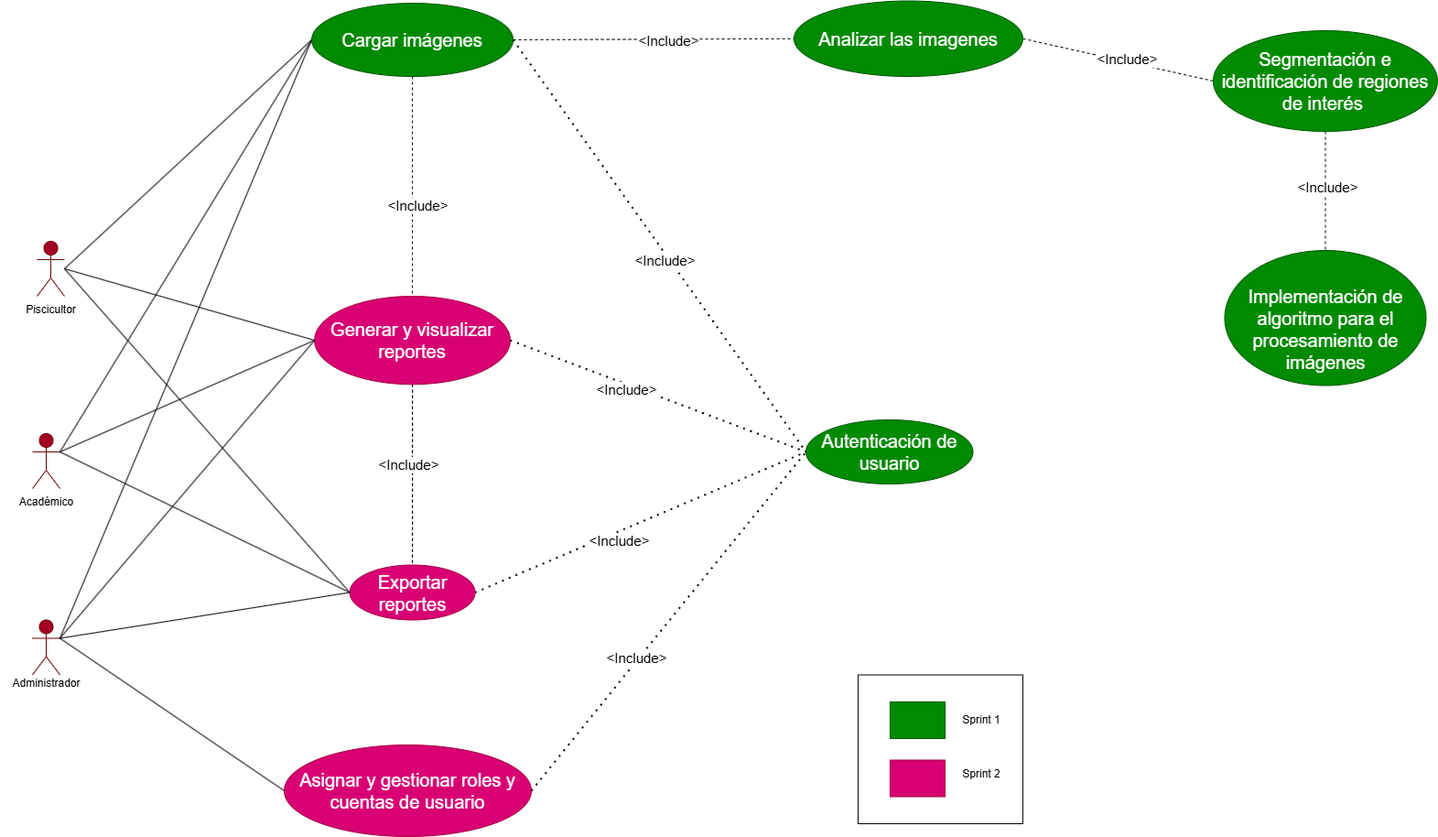
DAMT777/Analisis-de-imagenes keeps this draw.io diagram as Artefactos/Anexos/Diseño/diagrama_casos_de_uso.png. Above is the earlier version. Source tidied: cells renumbered, new cells last; positions are measured from the earlier drawing's top-left corner, leaving out a move shared by most shapes. The source it was exported from:
```xml
<mxGraphModel>
  <root>
    <mxCell id="0" />
    <mxCell id="1" parent="0" />
    <mxCell id="2" style="rounded=0;jettySize=auto;html=1;entryX=0;entryY=0.5;entryDx=0;entryDy=0;endArrow=none;startFill=0;" parent="1" edge="1" target="15">
      <mxGeometry relative="1" as="geometry">
        <mxPoint x="70" y="292" as="sourcePoint" />
      </mxGeometry>
    </mxCell>
    <mxCell id="3" style="rounded=0;jettySize=auto;html=1;endArrow=none;startFill=0;entryX=0;entryY=0.5;entryDx=0;entryDy=0;" parent="1" edge="1" target="13">
      <mxGeometry relative="1" as="geometry">
        <mxPoint x="70" y="292" as="sourcePoint" />
      </mxGeometry>
    </mxCell>
    <mxCell id="4" style="rounded=0;jettySize=auto;html=1;entryX=0;entryY=0.5;entryDx=0;entryDy=0;endArrow=none;startFill=0;" parent="1" edge="1" target="28">
      <mxGeometry relative="1" as="geometry">
        <mxPoint x="70" y="292" as="sourcePoint" />
      </mxGeometry>
    </mxCell>
    <mxCell id="5" value="&lt;font style=&quot;font-size: 15px;&quot;&gt;Piscicultor&lt;/font&gt;&lt;div&gt;&lt;br&gt;&lt;/div&gt;&lt;div&gt;&lt;br&gt;&lt;/div&gt;" style="shape=umlActor;verticalLabelPosition=bottom;verticalAlign=top;html=1;fillColor=#a20025;fontColor=#ffffff;strokeColor=#6F0000;" parent="1" vertex="1">
      <mxGeometry x="40" y="262" width="30" height="60" as="geometry" />
    </mxCell>
    <mxCell id="6" value="Inve" style="shape=umlActor;verticalLabelPosition=bottom;verticalAlign=top;html=1;outlineConnect=0;fillColor=#a20025;fontColor=#ffffff;strokeColor=#6F0000;" parent="1" vertex="1">
      <mxGeometry x="35" y="472" width="30" height="60" as="geometry" />
    </mxCell>
    <mxCell id="7" value="&lt;font style=&quot;font-size: 15px;&quot;&gt;Administrador&lt;/font&gt;" style="shape=umlActor;verticalLabelPosition=bottom;verticalAlign=top;html=1;outlineConnect=0;fillColor=#a20025;fontColor=#ffffff;strokeColor=#6F0000;" parent="1" vertex="1">
      <mxGeometry x="35" y="675.5" width="30" height="60" as="geometry" />
    </mxCell>
    <mxCell id="8" value="&lt;span style=&quot;font-size: 20px;&quot;&gt;Autenticación de usuario&lt;/span&gt;" style="ellipse;whiteSpace=wrap;html=1;fillColor=#008a00;fontColor=#ffffff;strokeColor=#005700;" parent="1" vertex="1">
      <mxGeometry x="880" y="457" width="182.5" height="70" as="geometry" />
    </mxCell>
    <mxCell id="9" style="rounded=0;jettySize=auto;html=1;exitX=0.5;exitY=1;exitDx=0;exitDy=0;entryX=0.5;entryY=0;entryDx=0;entryDy=0;dashed=1;endArrow=none;startFill=0;" parent="1" edge="1" source="10" target="29">
      <mxGeometry relative="1" as="geometry" />
    </mxCell>
    <mxCell id="10" value="&lt;font style=&quot;font-size: 20px;&quot;&gt;Segmentación e identificación de regiones de interés&amp;nbsp;&lt;/font&gt;" style="ellipse;whiteSpace=wrap;html=1;strokeColor=#005700;fillColor=#008a00;fontColor=#ffffff;" parent="1" vertex="1">
      <mxGeometry x="1325" y="32" width="245" height="110" as="geometry" />
    </mxCell>
    <mxCell id="11" style="edgeStyle=orthogonalEdgeStyle;rounded=0;jettySize=auto;html=1;dashed=1;endArrow=none;startFill=0;" parent="1" edge="1" source="13" target="15">
      <mxGeometry relative="1" as="geometry" />
    </mxCell>
    <mxCell id="12" style="edgeStyle=orthogonalEdgeStyle;rounded=0;jettySize=auto;html=1;dashed=1;endArrow=none;startFill=0;" parent="1" edge="1" source="13" target="15">
      <mxGeometry relative="1" as="geometry" />
    </mxCell>
    <mxCell id="13" value="&lt;font style=&quot;font-size: 20px;&quot;&gt;Generar y visualizar reportes&lt;/font&gt;" style="ellipse;whiteSpace=wrap;html=1;fillColor=#d80073;fontColor=#ffffff;strokeColor=#A50040;" parent="1" vertex="1">
      <mxGeometry x="343.2" y="322" width="213.8" height="96.2" as="geometry" />
    </mxCell>
    <mxCell id="14" value="&lt;font style=&quot;font-size: 20px;&quot;&gt;Asignar y&lt;span style=&quot;background-color: transparent;&quot;&gt;&amp;nbsp;gestionar roles y cuentas de usuario&lt;/span&gt;&lt;/font&gt;" style="ellipse;whiteSpace=wrap;html=1;fillColor=#d80073;fontColor=#ffffff;strokeColor=#A50040;" parent="1" vertex="1">
      <mxGeometry x="310" y="812" width="270" height="100" as="geometry" />
    </mxCell>
    <mxCell id="15" value="&lt;font style=&quot;font-size: 20px;&quot;&gt;Exportar reportes&lt;/font&gt;" style="ellipse;whiteSpace=wrap;html=1;fillColor=#d80073;fontColor=#ffffff;strokeColor=#A50040;" parent="1" vertex="1">
      <mxGeometry x="381.6" y="615.5" width="136.9" height="60" as="geometry" />
    </mxCell>
    <mxCell id="16" style="rounded=0;jettySize=auto;html=1;exitX=1;exitY=0.5;exitDx=0;exitDy=0;entryX=0;entryY=0.5;entryDx=0;entryDy=0;endArrow=none;startFill=0;dashed=1;" parent="1" edge="1" source="17" target="10">
      <mxGeometry relative="1" as="geometry" />
    </mxCell>
    <mxCell id="17" value="&lt;font style=&quot;font-size: 20px;&quot;&gt;Analizar las imagenes&lt;/font&gt;" style="ellipse;whiteSpace=wrap;html=1;fillColor=#008a00;fontColor=#ffffff;strokeColor=#005700;" parent="1" vertex="1">
      <mxGeometry x="867" y="-0.5" width="250" height="82.5" as="geometry" />
    </mxCell>
    <mxCell id="18" value="Administrador" style="text;html=1;align=center;verticalAlign=middle;strokeColor=none;fillColor=none;" parent="1" vertex="1">
      <mxGeometry y="729.5" width="100" height="30" as="geometry" />
    </mxCell>
    <mxCell id="19" value="Piscicultor" style="text;html=1;align=center;verticalAlign=middle;strokeColor=none;fillColor=none;" parent="1" vertex="1">
      <mxGeometry x="15" y="322" width="80" height="30" as="geometry" />
    </mxCell>
    <mxCell id="20" value="Académico" style="text;html=1;align=center;verticalAlign=middle;strokeColor=none;fillColor=none;" parent="1" vertex="1">
      <mxGeometry x="10" y="532" width="80" height="30" as="geometry" />
    </mxCell>
    <mxCell id="21" style="rounded=0;whiteSpace=wrap;html=1;" parent="1" vertex="1">
      <mxGeometry x="937" y="735.5" width="180" height="162.5" as="geometry" />
    </mxCell>
    <mxCell id="22" style="rounded=0;whiteSpace=wrap;html=1;fillColor=#008a00;fontColor=#ffffff;strokeColor=#005700;" parent="1" vertex="1">
      <mxGeometry x="972" y="765" width="60" height="40" as="geometry" />
    </mxCell>
    <mxCell id="23" style="rounded=0;whiteSpace=wrap;html=1;fillColor=#d80073;fontColor=#ffffff;strokeColor=#A50040;" parent="1" vertex="1">
      <mxGeometry x="972" y="828.5" width="60" height="40" as="geometry" />
    </mxCell>
    <mxCell id="24" value="Sprint 1" style="text;html=1;align=center;verticalAlign=middle;whiteSpace=wrap;rounded=0;" parent="1" vertex="1">
      <mxGeometry x="1042" y="770" width="60" height="30" as="geometry" />
    </mxCell>
    <mxCell id="25" value="Sprint 2" style="text;html=1;align=center;verticalAlign=middle;whiteSpace=wrap;rounded=0;" parent="1" vertex="1">
      <mxGeometry x="1042" y="828.5" width="60" height="30" as="geometry" />
    </mxCell>
    <mxCell id="26" style="rounded=0;jettySize=auto;html=1;exitX=1;exitY=0.5;exitDx=0;exitDy=0;entryX=0;entryY=0.5;entryDx=0;entryDy=0;endArrow=none;startFill=0;dashed=1;" parent="1" edge="1" source="28" target="17">
      <mxGeometry relative="1" as="geometry" />
    </mxCell>
    <mxCell id="27" style="edgeStyle=orthogonalEdgeStyle;rounded=0;jettySize=auto;html=1;exitX=0.5;exitY=1;exitDx=0;exitDy=0;entryX=0.5;entryY=0;entryDx=0;entryDy=0;endArrow=none;startFill=0;dashed=1;" parent="1" edge="1" source="28" target="13">
      <mxGeometry relative="1" as="geometry" />
    </mxCell>
    <mxCell id="28" value="&lt;div&gt;&lt;span style=&quot;font-size: 20px; background-color: transparent; color: light-dark(rgb(255, 255, 255), rgb(18, 18, 18));&quot;&gt;Cargar imágenes&lt;/span&gt;&lt;/div&gt;" style="ellipse;whiteSpace=wrap;html=1;fillColor=#008a00;fontColor=#ffffff;strokeColor=#005700;" parent="1" vertex="1">
      <mxGeometry x="340.1" y="2" width="220" height="80" as="geometry" />
    </mxCell>
    <mxCell id="29" value="&lt;font style=&quot;font-size: 20px;&quot;&gt;&lt;br&gt;Implementación de algoritmo para el procesamiento de imágenes&lt;br&gt;&lt;/font&gt;" style="ellipse;whiteSpace=wrap;html=1;fillColor=#008a00;fontColor=#ffffff;strokeColor=#005700;" parent="1" vertex="1">
      <mxGeometry x="1337.5" y="272" width="220" height="147.5" as="geometry" />
    </mxCell>
    <mxCell id="30" style="endArrow=none;html=1;rounded=0;entryX=0;entryY=0.5;entryDx=0;entryDy=0;exitX=1;exitY=0.3333333333333333;exitDx=0;exitDy=0;exitPerimeter=0;" parent="1" edge="1" source="7" target="14">
      <mxGeometry relative="1" as="geometry" />
    </mxCell>
    <mxCell id="31" style="endArrow=none;dashed=1;html=1;dashPattern=1 3;strokeWidth=2;rounded=0;exitX=1;exitY=0.5;exitDx=0;exitDy=0;entryX=0;entryY=0.5;entryDx=0;entryDy=0;" parent="1" edge="1" source="15" target="8">
      <mxGeometry relative="1" as="geometry" />
    </mxCell>
    <mxCell id="32" style="endArrow=none;dashed=1;html=1;dashPattern=1 3;strokeWidth=2;rounded=0;exitX=1;exitY=0.5;exitDx=0;exitDy=0;entryX=0;entryY=0.5;entryDx=0;entryDy=0;" parent="1" edge="1" source="14" target="8">
      <mxGeometry relative="1" as="geometry" />
    </mxCell>
    <mxCell id="33" style="endArrow=none;dashed=1;html=1;dashPattern=1 3;strokeWidth=2;rounded=0;exitX=1;exitY=0.5;exitDx=0;exitDy=0;" parent="1" edge="1" source="28">
      <mxGeometry relative="1" as="geometry">
        <mxPoint x="880" y="492" as="targetPoint" />
      </mxGeometry>
    </mxCell>
    <mxCell id="34" style="endArrow=none;dashed=1;html=1;dashPattern=1 3;strokeWidth=2;rounded=0;exitX=1;exitY=0.5;exitDx=0;exitDy=0;" parent="1" edge="1" source="13">
      <mxGeometry relative="1" as="geometry">
        <mxPoint x="880" y="492" as="targetPoint" />
      </mxGeometry>
    </mxCell>
    <mxCell id="35" value="&lt;font&gt;&amp;lt;Include&amp;gt;&lt;/font&gt;" style="edgeLabel;html=1;align=center;verticalAlign=middle;fontSize=15;rotation=0;" parent="1" vertex="1">
      <mxGeometry x="710" y="262" as="geometry">
        <mxPoint x="15" y="20" as="offset" />
      </mxGeometry>
    </mxCell>
    <mxCell id="36" value="&lt;font&gt;&amp;lt;Include&amp;gt;&lt;/font&gt;" style="edgeLabel;html=1;align=center;verticalAlign=middle;fontSize=15;" parent="1" vertex="1">
      <mxGeometry x="680" y="442" as="geometry">
        <mxPoint x="3" y="-19" as="offset" />
      </mxGeometry>
    </mxCell>
    <mxCell id="37" value="&lt;font&gt;&amp;lt;Include&amp;gt;&lt;/font&gt;" style="edgeLabel;html=1;align=center;verticalAlign=middle;fontSize=15;" parent="1" vertex="1">
      <mxGeometry x="710" y="645.5" as="geometry">
        <mxPoint x="-35" y="-57" as="offset" />
      </mxGeometry>
    </mxCell>
    <mxCell id="38" value="&lt;font&gt;&amp;lt;Include&amp;gt;&lt;/font&gt;" style="edgeLabel;html=1;align=center;verticalAlign=middle;fontSize=15;" parent="1" vertex="1">
      <mxGeometry x="740" y="722" as="geometry">
        <mxPoint x="-46" y="-6" as="offset" />
      </mxGeometry>
    </mxCell>
    <mxCell id="39" style="endArrow=none;html=1;rounded=0;exitX=1;exitY=0.3333333333333333;exitDx=0;exitDy=0;exitPerimeter=0;entryX=0;entryY=0.5;entryDx=0;entryDy=0;" parent="1" edge="1" source="6" target="28">
      <mxGeometry relative="1" as="geometry" />
    </mxCell>
    <mxCell id="40" style="endArrow=none;html=1;rounded=0;exitX=1;exitY=0.3333333333333333;exitDx=0;exitDy=0;exitPerimeter=0;entryX=0;entryY=0.5;entryDx=0;entryDy=0;" parent="1" edge="1" source="6" target="15">
      <mxGeometry relative="1" as="geometry" />
    </mxCell>
    <mxCell id="41" style="endArrow=none;html=1;rounded=0;entryX=0;entryY=0.5;entryDx=0;entryDy=0;exitX=1;exitY=0.3333333333333333;exitDx=0;exitDy=0;exitPerimeter=0;" parent="1" edge="1" source="6" target="13">
      <mxGeometry relative="1" as="geometry" />
    </mxCell>
    <mxCell id="42" style="endArrow=none;html=1;rounded=0;entryX=0;entryY=0.5;entryDx=0;entryDy=0;exitX=1;exitY=0.3333333333333333;exitDx=0;exitDy=0;exitPerimeter=0;" parent="1" edge="1" source="7" target="15">
      <mxGeometry relative="1" as="geometry" />
    </mxCell>
    <mxCell id="43" style="endArrow=none;html=1;rounded=0;entryX=0;entryY=0.5;entryDx=0;entryDy=0;exitX=1;exitY=0.3333333333333333;exitDx=0;exitDy=0;exitPerimeter=0;" parent="1" edge="1" source="7" target="28">
      <mxGeometry relative="1" as="geometry" />
    </mxCell>
    <mxCell id="44" style="endArrow=none;html=1;rounded=0;entryX=0;entryY=0.5;entryDx=0;entryDy=0;exitX=1;exitY=0.3333333333333333;exitDx=0;exitDy=0;exitPerimeter=0;" parent="1" edge="1" source="7" target="13">
      <mxGeometry relative="1" as="geometry" />
    </mxCell>
    <mxCell id="45" value="&lt;font&gt;&amp;lt;Include&amp;gt;&lt;/font&gt;" style="edgeLabel;html=1;align=center;verticalAlign=middle;fontSize=15;" parent="1" vertex="1">
      <mxGeometry x="992" y="432" as="geometry">
        <mxPoint x="239" y="-370" as="offset" />
      </mxGeometry>
    </mxCell>
    <mxCell id="46" value="&lt;font&gt;&amp;lt;Include&amp;gt;&lt;/font&gt;" style="edgeLabel;html=1;align=center;verticalAlign=middle;fontSize=15;" parent="1" vertex="1">
      <mxGeometry x="1210" y="572" as="geometry">
        <mxPoint x="239" y="-370" as="offset" />
      </mxGeometry>
    </mxCell>
    <mxCell id="47" value="&lt;font&gt;&amp;lt;Include&amp;gt;&lt;/font&gt;" style="edgeLabel;html=1;align=center;verticalAlign=middle;fontSize=15;" parent="1" vertex="1">
      <mxGeometry x="490" y="412" as="geometry">
        <mxPoint x="239" y="-370" as="offset" />
      </mxGeometry>
    </mxCell>
    <mxCell id="48" value="&lt;font&gt;&amp;lt;Include&amp;gt;&lt;/font&gt;" style="edgeLabel;html=1;align=center;verticalAlign=middle;fontSize=15;" parent="1" vertex="1">
      <mxGeometry x="480" y="562" as="geometry">
        <mxPoint x="-35" y="-57" as="offset" />
      </mxGeometry>
    </mxCell>
    <mxCell id="49" value="&lt;font&gt;&amp;lt;Include&amp;gt;&lt;/font&gt;" style="edgeLabel;html=1;align=center;verticalAlign=middle;fontSize=15;rotation=0;" parent="1" vertex="1">
      <mxGeometry x="440" y="202" as="geometry">
        <mxPoint x="15" y="20" as="offset" />
      </mxGeometry>
    </mxCell>
  </root>
</mxGraphModel>
```
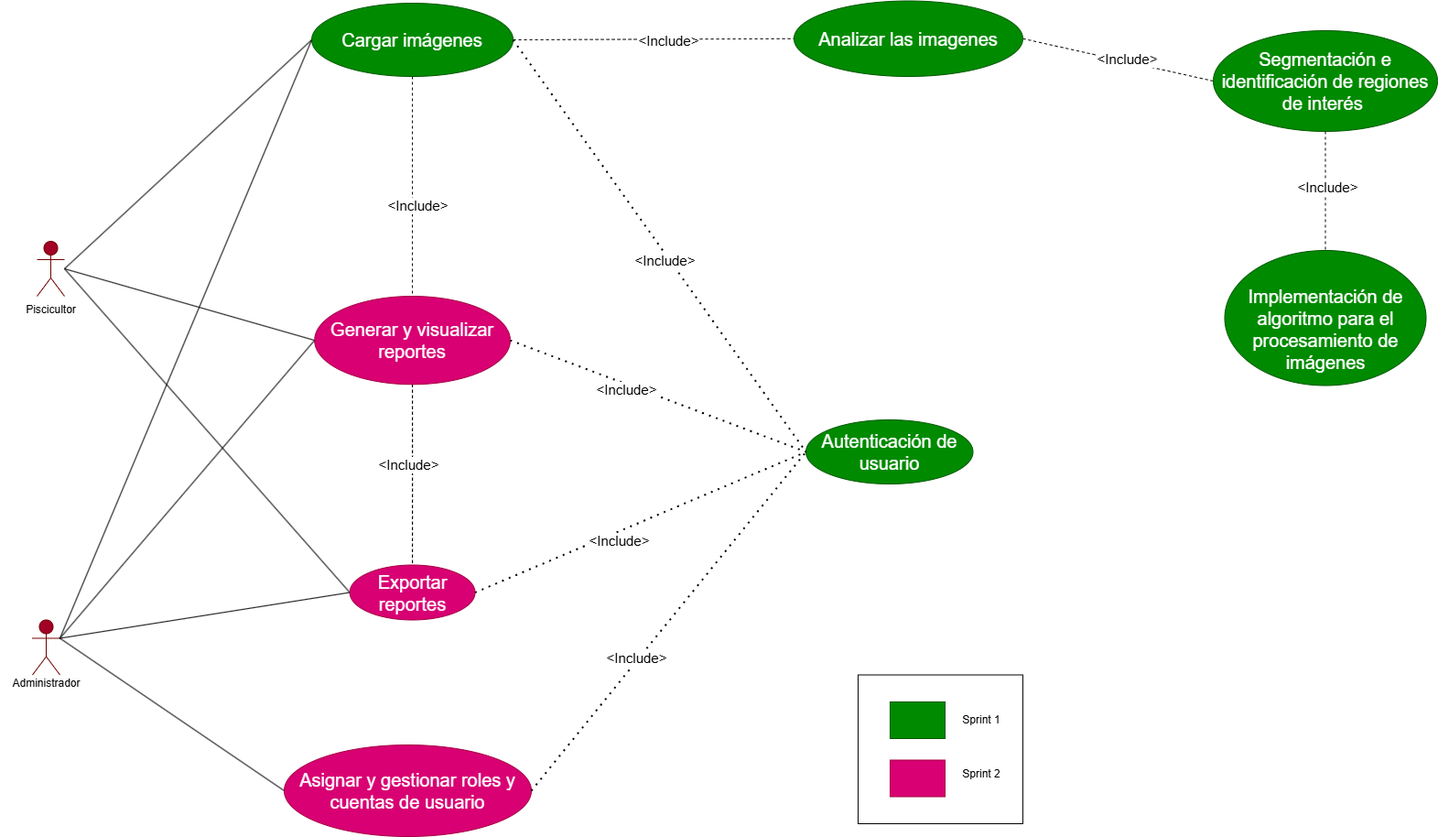
The same diagram one commit later.

Change to the diagram source:
```diff
@@ -20,9 +20,6 @@
     <mxCell id="5" value="&lt;font style=&quot;font-size: 15px;&quot;&gt;Piscicultor&lt;/font&gt;&lt;div&gt;&lt;br&gt;&lt;/div&gt;&lt;div&gt;&lt;br&gt;&lt;/div&gt;" style="shape=umlActor;verticalLabelPosition=bottom;verticalAlign=top;html=1;fillColor=#a20025;fontColor=#ffffff;strokeColor=#6F0000;" parent="1" vertex="1">
       <mxGeometry x="40" y="262" width="30" height="60" as="geometry" />
     </mxCell>
-    <mxCell id="6" value="Inve" style="shape=umlActor;verticalLabelPosition=bottom;verticalAlign=top;html=1;outlineConnect=0;fillColor=#a20025;fontColor=#ffffff;strokeColor=#6F0000;" parent="1" vertex="1">
-      <mxGeometry x="35" y="472" width="30" height="60" as="geometry" />
-    </mxCell>
     <mxCell id="7" value="&lt;font style=&quot;font-size: 15px;&quot;&gt;Administrador&lt;/font&gt;" style="shape=umlActor;verticalLabelPosition=bottom;verticalAlign=top;html=1;outlineConnect=0;fillColor=#a20025;fontColor=#ffffff;strokeColor=#6F0000;" parent="1" vertex="1">
       <mxGeometry x="35" y="675.5" width="30" height="60" as="geometry" />
     </mxCell>
@@ -62,9 +59,6 @@
     <mxCell id="19" value="Piscicultor" style="text;html=1;align=center;verticalAlign=middle;strokeColor=none;fillColor=none;" parent="1" vertex="1">
       <mxGeometry x="15" y="322" width="80" height="30" as="geometry" />
     </mxCell>
-    <mxCell id="20" value="Académico" style="text;html=1;align=center;verticalAlign=middle;strokeColor=none;fillColor=none;" parent="1" vertex="1">
-      <mxGeometry x="10" y="532" width="80" height="30" as="geometry" />
-    </mxCell>
     <mxCell id="21" style="rounded=0;whiteSpace=wrap;html=1;" parent="1" vertex="1">
       <mxGeometry x="937" y="735.5" width="180" height="162.5" as="geometry" />
     </mxCell>
@@ -131,15 +125,6 @@
         <mxPoint x="-46" y="-6" as="offset" />
       </mxGeometry>
     </mxCell>
-    <mxCell id="39" style="endArrow=none;html=1;rounded=0;exitX=1;exitY=0.3333333333333333;exitDx=0;exitDy=0;exitPerimeter=0;entryX=0;entryY=0.5;entryDx=0;entryDy=0;" parent="1" edge="1" source="6" target="28">
-      <mxGeometry relative="1" as="geometry" />
-    </mxCell>
-    <mxCell id="40" style="endArrow=none;html=1;rounded=0;exitX=1;exitY=0.3333333333333333;exitDx=0;exitDy=0;exitPerimeter=0;entryX=0;entryY=0.5;entryDx=0;entryDy=0;" parent="1" edge="1" source="6" target="15">
-      <mxGeometry relative="1" as="geometry" />
-    </mxCell>
-    <mxCell id="41" style="endArrow=none;html=1;rounded=0;entryX=0;entryY=0.5;entryDx=0;entryDy=0;exitX=1;exitY=0.3333333333333333;exitDx=0;exitDy=0;exitPerimeter=0;" parent="1" edge="1" source="6" target="13">
-      <mxGeometry relative="1" as="geometry" />
-    </mxCell>
     <mxCell id="42" style="endArrow=none;html=1;rounded=0;entryX=0;entryY=0.5;entryDx=0;entryDy=0;exitX=1;exitY=0.3333333333333333;exitDx=0;exitDy=0;exitPerimeter=0;" parent="1" edge="1" source="7" target="15">
       <mxGeometry relative="1" as="geometry" />
     </mxCell>
```
